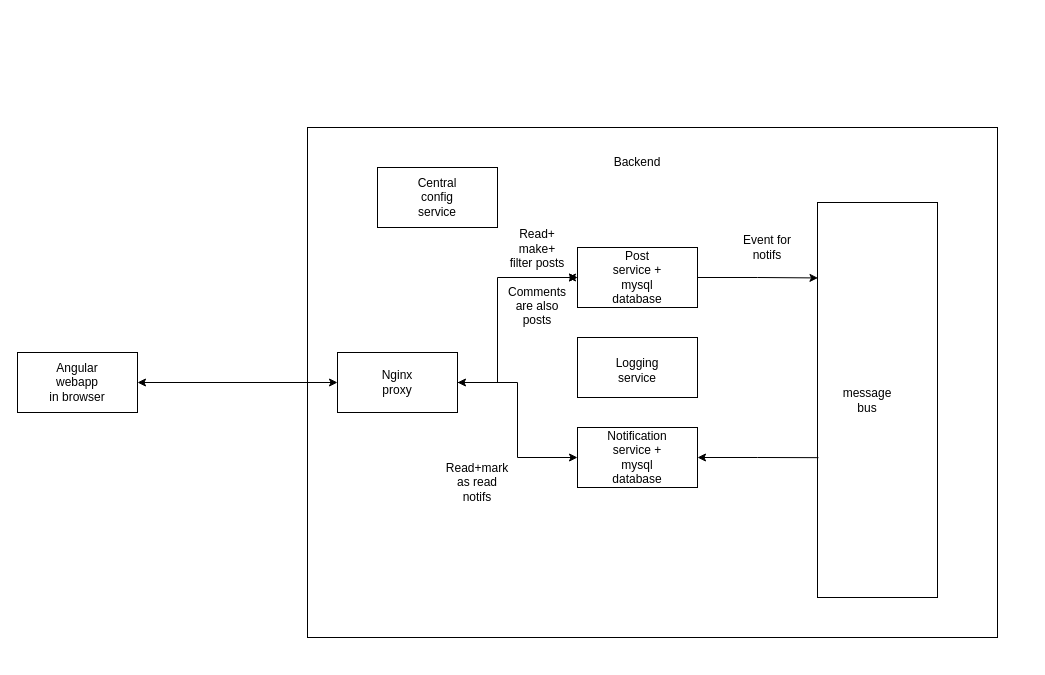
Above: architecture/JavaAdv3Diagram.drawio in pxlit-projects/project-IrenvanderBeekPXL (draw.io), before the change. Source tidied: cells renumbered, new cells numbered last; positions are measured from the earlier drawing's top-left corner, leaving out a move shared by most shapes. Both pictures are drawn from the tidied source at 100%, with x=0, y=0 at pixel (17, 127).
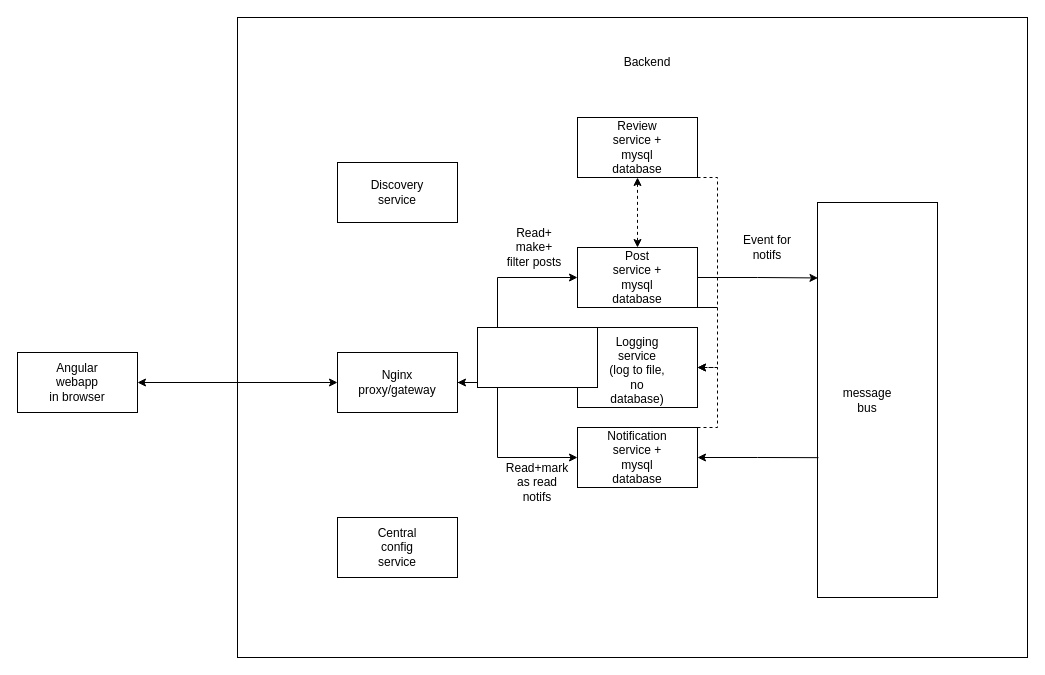
After the change.

Unchanged cells that the change refers to:
```xml
<mxCell id="6" style="rounded=0;whiteSpace=wrap;html=1;" parent="1" vertex="1">
  <mxGeometry x="320" y="225" width="120" height="60" as="geometry" />
</mxCell>
<mxCell id="8" style="rounded=0;whiteSpace=wrap;html=1;" parent="1" vertex="1">
  <mxGeometry x="560" y="120" width="120" height="60" as="geometry" />
</mxCell>
<mxCell id="10" style="rounded=0;whiteSpace=wrap;html=1;" parent="1" vertex="1">
  <mxGeometry x="560" y="300" width="120" height="60" as="geometry" />
</mxCell>
```

Change to the diagram source:
```diff
@@
-    <mxCell id="2" style="rounded=0;whiteSpace=wrap;html=1;" parent="1" vertex="1">
-      <mxGeometry x="290" width="690" height="510" as="geometry" />
-    </mxCell>
-    <mxCell id="3" value="Backend" style="text;html=1;align=center;verticalAlign=middle;whiteSpace=wrap;rounded=0;" parent="1" vertex="1">
-      <mxGeometry x="590" y="20" width="60" height="30" as="geometry" />
-    </mxCell>
     <mxCell id="4" style="edgeStyle=orthogonalEdgeStyle;rounded=0;jettySize=auto;html=1;exitX=1;exitY=0.5;exitDx=0;exitDy=0;entryX=0;entryY=0.5;entryDx=0;entryDy=0;" parent="1" edge="1" source="6" target="10">
-      <mxGeometry relative="1" as="geometry" />
+      <mxGeometry relative="1" as="geometry">
+        <Array as="points">
+          <mxPoint x="480" y="255" />
+          <mxPoint x="480" y="330" />
+        </Array>
+      </mxGeometry>
     </mxCell>
-    <mxCell id="5" style="edgeStyle=orthogonalEdgeStyle;rounded=0;jettySize=auto;html=1;exitX=1;exitY=0.5;exitDx=0;exitDy=0;entryX=0;entryY=0.5;entryDx=0;entryDy=0;startArrow=classic;startFill=1;" parent="1" edge="1" source="26" target="8">
-      <mxGeometry relative="1" as="geometry" />
-    </mxCell>
@@
-    <mxCell id="7" value="Nginx proxy" style="text;html=1;align=center;verticalAlign=middle;whiteSpace=wrap;rounded=0;" parent="1" vertex="1">
+    <mxCell id="7" value="Nginx proxy/gateway" style="text;html=1;align=center;verticalAlign=middle;whiteSpace=wrap;rounded=0;" parent="1" vertex="1">
       <mxGeometry x="350" y="240" width="60" height="30" as="geometry" />
     </mxCell>
+    <mxCell id="27" style="edgeStyle=orthogonalEdgeStyle;rounded=0;jettySize=auto;html=1;exitX=1;exitY=1;exitDx=0;exitDy=0;endArrow=none;endFill=0;" parent="1" edge="1" source="8">
+      <mxGeometry relative="1" as="geometry">
+        <mxPoint x="700" y="180" as="targetPoint" />
+      </mxGeometry>
+    </mxCell>
@@
+    <mxCell id="28" style="edgeStyle=orthogonalEdgeStyle;rounded=0;jettySize=auto;html=1;exitX=1;exitY=0;exitDx=0;exitDy=0;entryX=1;entryY=0.5;entryDx=0;entryDy=0;dashed=1;" parent="1" edge="1" source="10" target="21">
+      <mxGeometry relative="1" as="geometry">
+        <Array as="points">
+          <mxPoint x="700" y="300" />
+          <mxPoint x="700" y="240" />
+        </Array>
+      </mxGeometry>
+    </mxCell>
@@
     <mxCell id="16" style="rounded=0;whiteSpace=wrap;html=1;" parent="1" vertex="1">
-      <mxGeometry x="360" y="40" width="120" height="60" as="geometry" />
+      <mxGeometry x="320" y="390" width="120" height="60" as="geometry" />
     </mxCell>
     <mxCell id="17" value="Central config&lt;div&gt;service&lt;/div&gt;" style="text;html=1;align=center;verticalAlign=middle;whiteSpace=wrap;rounded=0;" parent="1" vertex="1">
-      <mxGeometry x="390" y="55" width="60" height="30" as="geometry" />
+      <mxGeometry x="350" y="405" width="60" height="30" as="geometry" />
     </mxCell>
@@
     <mxCell id="21" style="rounded=0;whiteSpace=wrap;html=1;" parent="1" vertex="1">
-      <mxGeometry x="560" y="210" width="120" height="60" as="geometry" />
+      <mxGeometry x="560" y="200" width="120" height="80" as="geometry" />
     </mxCell>
-    <mxCell id="22" value="Logging service" style="text;html=1;align=center;verticalAlign=middle;whiteSpace=wrap;rounded=0;" parent="1" vertex="1">
+    <mxCell id="22" value="Logging service (log to file, no database)" style="text;html=1;align=center;verticalAlign=middle;whiteSpace=wrap;rounded=0;" parent="1" vertex="1">
       <mxGeometry x="590" y="228" width="60" height="30" as="geometry" />
     </mxCell>
@@
     <mxCell id="24" value="Read+&lt;span style=&quot;background-color: initial;&quot;&gt;mark as read notifs&lt;/span&gt;" style="text;html=1;align=center;verticalAlign=middle;whiteSpace=wrap;rounded=0;" parent="1" vertex="1">
-      <mxGeometry x="430" y="340" width="60" height="30" as="geometry" />
+      <mxGeometry x="490" y="340" width="60" height="30" as="geometry" />
     </mxCell>
@@
-    <mxCell id="26" value="Read+&lt;div&gt;make+&lt;/div&gt;&lt;div&gt;filter posts&lt;br&gt;&lt;br&gt;Comments are also posts&lt;/div&gt;" style="text;html=1;align=center;verticalAlign=middle;whiteSpace=wrap;rounded=0;" parent="1" vertex="1">
-      <mxGeometry x="490" y="135" width="60" height="30" as="geometry" />
+    <mxCell id="26" value="Read+&lt;div&gt;make+&lt;/div&gt;&lt;div&gt;filter posts&lt;br&gt;&lt;/div&gt;" style="text;html=1;align=center;verticalAlign=middle;whiteSpace=wrap;rounded=0;" parent="1" vertex="1">
+      <mxGeometry x="487" y="105" width="60" height="30" as="geometry" />
     </mxCell>
+    <mxCell id="29" style="edgeStyle=orthogonalEdgeStyle;rounded=0;jettySize=auto;html=1;exitX=0.5;exitY=1;exitDx=0;exitDy=0;entryX=0.5;entryY=0;entryDx=0;entryDy=0;startArrow=classic;startFill=1;dashed=1;" parent="1" edge="1" source="31" target="8">
+      <mxGeometry relative="1" as="geometry" />
+    </mxCell>
+    <mxCell id="30" style="edgeStyle=orthogonalEdgeStyle;rounded=0;jettySize=auto;html=1;exitX=1;exitY=1;exitDx=0;exitDy=0;entryX=1;entryY=0.5;entryDx=0;entryDy=0;dashed=1;" parent="1" edge="1" source="31" target="21">
+      <mxGeometry relative="1" as="geometry">
+        <Array as="points">
+          <mxPoint x="700" y="50" />
+          <mxPoint x="700" y="240" />
+        </Array>
+      </mxGeometry>
+    </mxCell>
+    <mxCell id="31" style="rounded=0;whiteSpace=wrap;html=1;" parent="1" vertex="1">
+      <mxGeometry x="560" y="-10" width="120" height="60" as="geometry" />
+    </mxCell>
+    <mxCell id="32" value="Review service + mysql database" style="text;html=1;align=center;verticalAlign=middle;whiteSpace=wrap;rounded=0;" parent="1" vertex="1">
+      <mxGeometry x="590" y="5" width="60" height="30" as="geometry" />
+    </mxCell>
+    <mxCell id="33" style="rounded=0;whiteSpace=wrap;html=1;" parent="1" vertex="1">
+      <mxGeometry x="320" y="35" width="120" height="60" as="geometry" />
+    </mxCell>
+    <mxCell id="34" value="Discovery service" style="text;html=1;align=center;verticalAlign=middle;whiteSpace=wrap;rounded=0;" parent="1" vertex="1">
+      <mxGeometry x="350" y="50" width="60" height="30" as="geometry" />
+    </mxCell>
+    <mxCell id="35" style="rounded=0;whiteSpace=wrap;html=1;" parent="1" vertex="1">
+      <mxGeometry x="460" y="200" width="120" height="60" as="geometry" />
+    </mxCell>
+    <mxCell id="36" style="rounded=0;whiteSpace=wrap;html=1;fillColor=none;" parent="1" vertex="1">
+      <mxGeometry x="220" y="-110" width="790" height="640" as="geometry" />
+    </mxCell>
+    <mxCell id="3" value="Backend" style="text;html=1;align=center;verticalAlign=middle;whiteSpace=wrap;rounded=0;" parent="1" vertex="1">
+      <mxGeometry x="600" y="-80" width="60" height="30" as="geometry" />
+    </mxCell>
```
